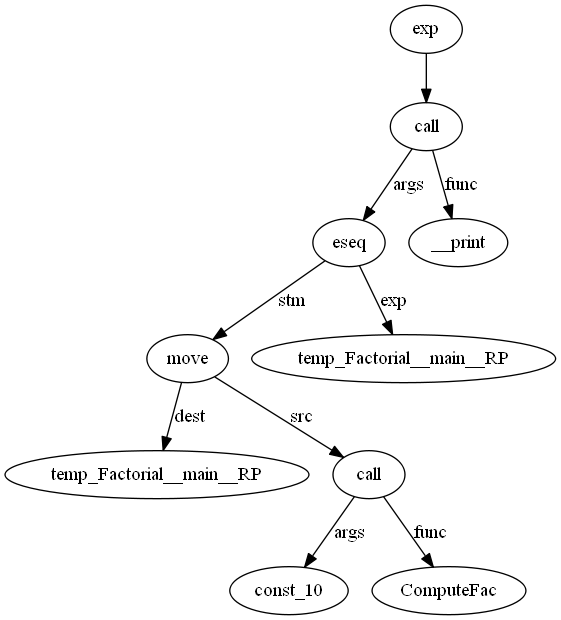
Before: MiniJavaCompiler/IRTree_Factorial__main.png, a diagram exported from Graphviz (DanAnastasyev/MiniJavaCompiler). Its source is kept beside it as MiniJavaCompiler/IRTree_Factorial__main.dot. The source it was exported from:
```dot
digraph {
temp_Factorial__main__RP__id_0 [ label="temp_Factorial__main__RP" ];
const_10__id_1 [ label="const_10" ];
call__id_2 [ label="call" ];
call__id_2 -> ComputeFac [ label="func"] ;
call__id_2 ->  const_10__id_1 [ label="args"] ;
move__id_3 [ label="move" ];
move__id_3 -> temp_Factorial__main__RP__id_0 [ label="dest"] ;
move__id_3 -> call__id_2 [ label="src"] ;
temp_Factorial__main__RP__id_4 [ label="temp_Factorial__main__RP" ];
eseq__id_5 [ label="eseq" ];
eseq__id_5 -> temp_Factorial__main__RP__id_4 [ label="exp"] ;
eseq__id_5 -> move__id_3 [ label="stm"] ;
call__id_6 [ label="call" ];
call__id_6 -> __print [ label="func"] ;
call__id_6 ->  eseq__id_5 [ label="args"] ;
exp__id_7 [ label="exp" ];
exp__id_7 -> call__id_6 ;

}
```
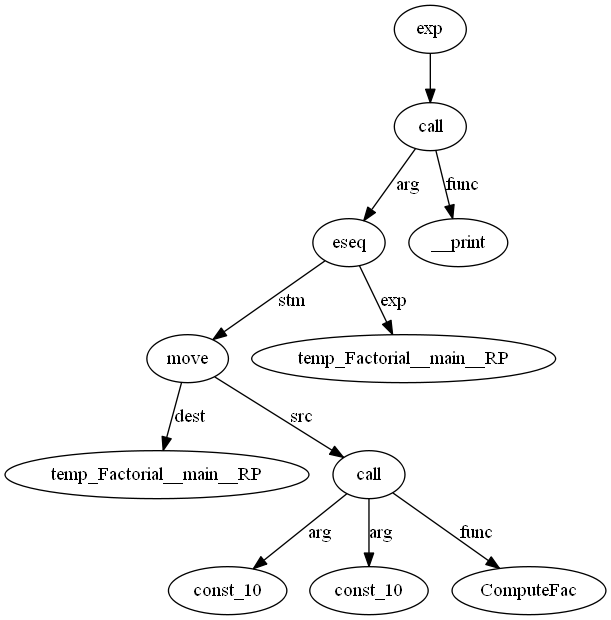
Above is the later version.

Diff of the diagram source:
```diff
@@ -1,20 +1,22 @@
 digraph {
 temp_Factorial__main__RP__id_0 [ label="temp_Factorial__main__RP" ];
 const_10__id_1 [ label="const_10" ];
-call__id_2 [ label="call" ];
-call__id_2 -> ComputeFac [ label="func"] ;
-call__id_2 ->  const_10__id_1 [ label="args"] ;
-move__id_3 [ label="move" ];
-move__id_3 -> temp_Factorial__main__RP__id_0 [ label="dest"] ;
-move__id_3 -> call__id_2 [ label="src"] ;
-temp_Factorial__main__RP__id_4 [ label="temp_Factorial__main__RP" ];
-eseq__id_5 [ label="eseq" ];
-eseq__id_5 -> temp_Factorial__main__RP__id_4 [ label="exp"] ;
-eseq__id_5 -> move__id_3 [ label="stm"] ;
-call__id_6 [ label="call" ];
-call__id_6 -> __print [ label="func"] ;
-call__id_6 ->  eseq__id_5 [ label="args"] ;
-exp__id_7 [ label="exp" ];
-exp__id_7 -> call__id_6 ;
+const_10__id_2 [ label="const_10" ];
+call__id_3 [ label="call" ];
+call__id_3 -> ComputeFac [ label="func"] ;
+call__id_3 -> const_10__id_1 [ label="arg"] ;
+call__id_3 -> const_10__id_2 [ label="arg"] ;
+move__id_4 [ label="move" ];
+move__id_4 -> temp_Factorial__main__RP__id_0 [ label="dest"] ;
+move__id_4 -> call__id_3 [ label="src"] ;
+temp_Factorial__main__RP__id_5 [ label="temp_Factorial__main__RP" ];
+eseq__id_6 [ label="eseq" ];
+eseq__id_6 -> temp_Factorial__main__RP__id_5 [ label="exp"] ;
+eseq__id_6 -> move__id_4 [ label="stm"] ;
+call__id_7 [ label="call" ];
+call__id_7 -> __print [ label="func"] ;
+call__id_7 -> eseq__id_6 [ label="arg"] ;
+exp__id_8 [ label="exp" ];
+exp__id_8 -> call__id_7 ;
 
 }
```
